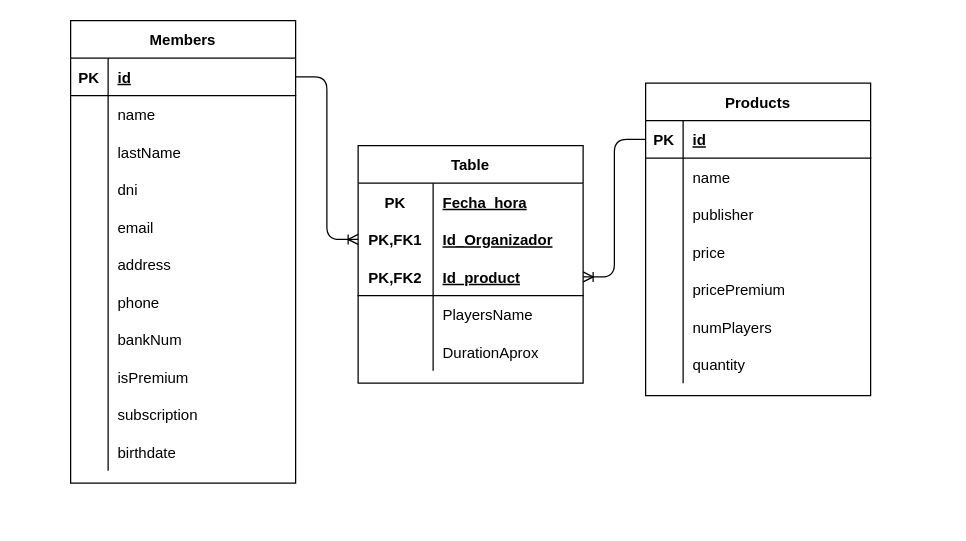
manuelexposito/proyecto_final_1dam_gestion keeps this draw.io diagram as Design_BD_MesasRoleras.drawio. Above is the earlier version. Source tidied: cells renumbered, new cells numbered last; positions are measured from the earlier drawing's top-left corner, leaving out a move shared by most shapes. Both pictures are drawn from the tidied source at 125%, with x=0, y=0 at pixel (70, 20).
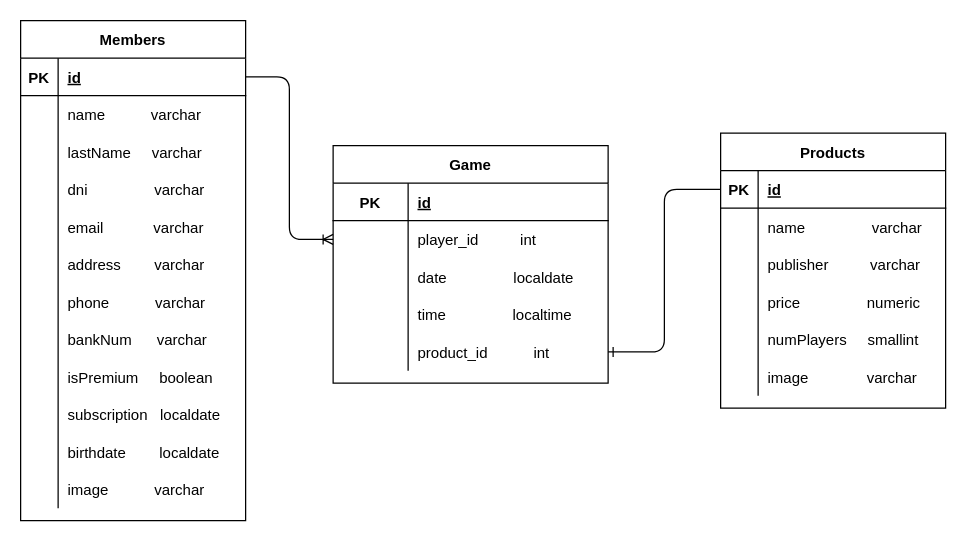
Above is the later version.

The change refers to these unchanged cells:
```xml
<mxCell id="3" style="shape=partialRectangle;fillColor=none;top=0;left=0;bottom=1;right=0;points=[[0,0.5],[1,0.5]];portConstraint=eastwest;" parent="2" vertex="1">
  <mxGeometry y="30" width="180" height="30" as="geometry" />
</mxCell>
<mxCell id="6" style="shape=partialRectangle;fillColor=none;top=0;left=0;bottom=0;right=0;" parent="2" vertex="1">
  <mxGeometry y="60" width="180" height="30" as="geometry" />
</mxCell>
<mxCell id="9" style="shape=partialRectangle;fillColor=none;top=0;left=0;bottom=0;right=0;" parent="2" vertex="1">
  <mxGeometry y="90" width="180" height="30" as="geometry" />
</mxCell>
<mxCell id="12" style="shape=partialRectangle;fillColor=none;top=0;left=0;bottom=0;right=0;" parent="2" vertex="1">
  <mxGeometry y="120" width="180" height="30" as="geometry" />
</mxCell>
<mxCell id="15" style="shape=partialRectangle;fillColor=none;top=0;left=0;bottom=0;right=0;" parent="2" vertex="1">
  <mxGeometry y="150" width="180" height="30" as="geometry" />
</mxCell>
<mxCell id="18" style="shape=partialRectangle;fillColor=none;top=0;left=0;bottom=0;right=0;" parent="2" vertex="1">
  <mxGeometry y="180" width="180" height="30" as="geometry" />
</mxCell>
<mxCell id="21" style="shape=partialRectangle;fillColor=none;top=0;left=0;bottom=0;right=0;" parent="2" vertex="1">
  <mxGeometry y="210" width="180" height="30" as="geometry" />
</mxCell>
<mxCell id="24" style="shape=partialRectangle;fillColor=none;top=0;left=0;bottom=0;right=0;" parent="2" vertex="1">
  <mxGeometry y="240" width="180" height="30" as="geometry" />
</mxCell>
<mxCell id="27" style="shape=partialRectangle;fillColor=none;top=0;left=0;bottom=0;right=0;" parent="2" vertex="1">
  <mxGeometry y="270" width="180" height="30" as="geometry" />
</mxCell>
<mxCell id="30" style="shape=partialRectangle;fillColor=none;top=0;left=0;bottom=0;right=0;" parent="2" vertex="1">
  <mxGeometry y="300" width="180" height="30" as="geometry" />
</mxCell>
<mxCell id="33" style="shape=partialRectangle;fillColor=none;top=0;left=0;bottom=0;right=0;" parent="2" vertex="1">
  <mxGeometry y="330" width="180" height="30" as="geometry" />
</mxCell>
<mxCell id="37" style="shape=partialRectangle;fillColor=none;top=0;left=0;bottom=1;right=0;points=[[0,0.5],[1,0.5]];portConstraint=eastwest;" parent="36" vertex="1">
  <mxGeometry y="30" width="180" height="30" as="geometry" />
</mxCell>
<mxCell id="40" style="shape=partialRectangle;fillColor=none;top=0;left=0;bottom=0;right=0;" parent="36" vertex="1">
  <mxGeometry y="60" width="180" height="30" as="geometry" />
</mxCell>
<mxCell id="43" style="shape=partialRectangle;fillColor=none;top=0;left=0;bottom=0;right=0;" parent="36" vertex="1">
  <mxGeometry y="90" width="180" height="30" as="geometry" />
</mxCell>
<mxCell id="46" style="shape=partialRectangle;fillColor=none;top=0;left=0;bottom=0;right=0;" parent="36" vertex="1">
  <mxGeometry y="120" width="180" height="30" as="geometry" />
</mxCell>
<mxCell id="49" style="shape=partialRectangle;fillColor=none;top=0;left=0;bottom=0;right=0;" parent="36" vertex="1">
  <mxGeometry y="150" width="180" height="30" as="geometry" />
</mxCell>
<mxCell id="52" style="shape=partialRectangle;fillColor=none;top=0;left=0;bottom=0;right=0;" parent="36" vertex="1">
  <mxGeometry y="180" width="180" height="30" as="geometry" />
</mxCell>
```

Diff of the diagram source:
```diff
@@
     <mxCell id="2" value="Members" style="shape=table;startSize=30;childLayout=tableLayout;rowLines=0;fontStyle=1;align=center;" parent="1" vertex="1">
-      <mxGeometry width="180" height="370" as="geometry" />
+      <mxGeometry x="-40" width="180" height="400" as="geometry" />
     </mxCell>
@@
-    <mxCell id="8" value="name" style="shape=partialRectangle;fillColor=none;top=0;left=0;bottom=0;right=0;align=left;spacingLeft=6;overflow=hidden;" parent="6" vertex="1">
+    <mxCell id="8" value="name           varchar" style="shape=partialRectangle;fillColor=none;top=0;left=0;bottom=0;right=0;align=left;spacingLeft=6;overflow=hidden;" parent="6" vertex="1">
       <mxGeometry x="30" width="150" height="30" as="geometry" />
     </mxCell>
@@
-    <mxCell id="11" value="lastName" style="shape=partialRectangle;fillColor=none;top=0;left=0;bottom=0;right=0;align=left;spacingLeft=6;overflow=hidden;" parent="9" vertex="1">
+    <mxCell id="11" value="lastName     varchar" style="shape=partialRectangle;fillColor=none;top=0;left=0;bottom=0;right=0;align=left;spacingLeft=6;overflow=hidden;" parent="9" vertex="1">
       <mxGeometry x="30" width="150" height="30" as="geometry" />
     </mxCell>
@@
-    <mxCell id="14" value="dni" style="shape=partialRectangle;fillColor=none;top=0;left=0;bottom=0;right=0;align=left;spacingLeft=6;overflow=hidden;" parent="12" vertex="1">
+    <mxCell id="14" value="dni                varchar" style="shape=partialRectangle;fillColor=none;top=0;left=0;bottom=0;right=0;align=left;spacingLeft=6;overflow=hidden;" parent="12" vertex="1">
       <mxGeometry x="30" width="150" height="30" as="geometry" />
     </mxCell>
@@
-    <mxCell id="17" value="email" style="shape=partialRectangle;fillColor=none;top=0;left=0;bottom=0;right=0;align=left;spacingLeft=6;overflow=hidden;" parent="15" vertex="1">
+    <mxCell id="17" value="email            varchar" style="shape=partialRectangle;fillColor=none;top=0;left=0;bottom=0;right=0;align=left;spacingLeft=6;overflow=hidden;" parent="15" vertex="1">
       <mxGeometry x="30" width="150" height="30" as="geometry" />
     </mxCell>
@@
-    <mxCell id="20" value="address" style="shape=partialRectangle;fillColor=none;top=0;left=0;bottom=0;right=0;align=left;spacingLeft=6;overflow=hidden;" parent="18" vertex="1">
+    <mxCell id="20" value="address        varchar" style="shape=partialRectangle;fillColor=none;top=0;left=0;bottom=0;right=0;align=left;spacingLeft=6;overflow=hidden;" parent="18" vertex="1">
       <mxGeometry x="30" width="150" height="30" as="geometry" />
     </mxCell>
@@
-    <mxCell id="23" value="phone" style="shape=partialRectangle;fillColor=none;top=0;left=0;bottom=0;right=0;align=left;spacingLeft=6;overflow=hidden;" parent="21" vertex="1">
+    <mxCell id="23" value="phone           varchar" style="shape=partialRectangle;fillColor=none;top=0;left=0;bottom=0;right=0;align=left;spacingLeft=6;overflow=hidden;" parent="21" vertex="1">
       <mxGeometry x="30" width="150" height="30" as="geometry" />
     </mxCell>
@@
-    <mxCell id="26" value="bankNum" style="shape=partialRectangle;fillColor=none;top=0;left=0;bottom=0;right=0;align=left;spacingLeft=6;overflow=hidden;" parent="24" vertex="1">
+    <mxCell id="26" value="bankNum      varchar" style="shape=partialRectangle;fillColor=none;top=0;left=0;bottom=0;right=0;align=left;spacingLeft=6;overflow=hidden;" parent="24" vertex="1">
       <mxGeometry x="30" width="150" height="30" as="geometry" />
     </mxCell>
@@
-    <mxCell id="29" value="isPremium" style="shape=partialRectangle;fillColor=none;top=0;left=0;bottom=0;right=0;align=left;spacingLeft=6;overflow=hidden;" parent="27" vertex="1">
+    <mxCell id="29" value="isPremium     boolean" style="shape=partialRectangle;fillColor=none;top=0;left=0;bottom=0;right=0;align=left;spacingLeft=6;overflow=hidden;" parent="27" vertex="1">
       <mxGeometry x="30" width="150" height="30" as="geometry" />
     </mxCell>
@@
-    <mxCell id="32" value="subscription" style="shape=partialRectangle;fillColor=none;top=0;left=0;bottom=0;right=0;align=left;spacingLeft=6;overflow=hidden;" parent="30" vertex="1">
+    <mxCell id="32" value="subscription   localdate" style="shape=partialRectangle;fillColor=none;top=0;left=0;bottom=0;right=0;align=left;spacingLeft=6;overflow=hidden;" parent="30" vertex="1">
       <mxGeometry x="30" width="150" height="30" as="geometry" />
     </mxCell>
@@
-    <mxCell id="35" value="birthdate" style="shape=partialRectangle;fillColor=none;top=0;left=0;bottom=0;right=0;align=left;spacingLeft=6;overflow=hidden;" parent="33" vertex="1">
+    <mxCell id="35" value="birthdate        localdate" style="shape=partialRectangle;fillColor=none;top=0;left=0;bottom=0;right=0;align=left;spacingLeft=6;overflow=hidden;" parent="33" vertex="1">
       <mxGeometry x="30" width="150" height="30" as="geometry" />
     </mxCell>
+    <mxCell id="76" style="shape=partialRectangle;fillColor=none;top=0;left=0;bottom=0;right=0;" parent="2" vertex="1">
+      <mxGeometry y="360" width="180" height="30" as="geometry" />
+    </mxCell>
+    <mxCell id="77" style="shape=partialRectangle;fillColor=none;top=0;left=0;bottom=0;right=0;overflow=hidden;" parent="76" vertex="1">
+      <mxGeometry width="30" height="30" as="geometry" />
+    </mxCell>
+    <mxCell id="78" value="image           varchar" style="shape=partialRectangle;fillColor=none;top=0;left=0;bottom=0;right=0;align=left;spacingLeft=6;overflow=hidden;" parent="76" vertex="1">
+      <mxGeometry x="30" width="150" height="30" as="geometry" />
+    </mxCell>
     <mxCell id="36" value="Products" style="shape=table;startSize=30;childLayout=tableLayout;rowLines=0;fontStyle=1;align=center;" parent="1" vertex="1">
-      <mxGeometry x="460" y="50" width="180" height="250" as="geometry" />
+      <mxGeometry x="520" y="90" width="180" height="220" as="geometry" />
     </mxCell>
@@
-    <mxCell id="42" value="name" style="shape=partialRectangle;fillColor=none;top=0;left=0;bottom=0;right=0;align=left;spacingLeft=6;overflow=hidden;" parent="40" vertex="1">
+    <mxCell id="42" value="name                varchar" style="shape=partialRectangle;fillColor=none;top=0;left=0;bottom=0;right=0;align=left;spacingLeft=6;overflow=hidden;" parent="40" vertex="1">
       <mxGeometry x="30" width="150" height="30" as="geometry" />
     </mxCell>
@@
-    <mxCell id="45" value="publisher" style="shape=partialRectangle;fillColor=none;top=0;left=0;bottom=0;right=0;align=left;spacingLeft=6;overflow=hidden;" parent="43" vertex="1">
+    <mxCell id="45" value="publisher          varchar" style="shape=partialRectangle;fillColor=none;top=0;left=0;bottom=0;right=0;align=left;spacingLeft=6;overflow=hidden;" parent="43" vertex="1">
       <mxGeometry x="30" width="150" height="30" as="geometry" />
     </mxCell>
@@
-    <mxCell id="48" value="price" style="shape=partialRectangle;fillColor=none;top=0;left=0;bottom=0;right=0;align=left;spacingLeft=6;overflow=hidden;" parent="46" vertex="1">
+    <mxCell id="48" value="price                numeric" style="shape=partialRectangle;fillColor=none;top=0;left=0;bottom=0;right=0;align=left;spacingLeft=6;overflow=hidden;" parent="46" vertex="1">
       <mxGeometry x="30" width="150" height="30" as="geometry" />
     </mxCell>
@@
-    <mxCell id="51" value="pricePremium" style="shape=partialRectangle;fillColor=none;top=0;left=0;bottom=0;right=0;align=left;spacingLeft=6;overflow=hidden;" parent="49" vertex="1">
+    <mxCell id="51" value="numPlayers     smallint" style="shape=partialRectangle;fillColor=none;top=0;left=0;bottom=0;right=0;align=left;spacingLeft=6;overflow=hidden;" parent="49" vertex="1">
       <mxGeometry x="30" width="150" height="30" as="geometry" />
     </mxCell>
@@
-    <mxCell id="53" style="shape=partialRectangle;fillColor=none;top=0;left=0;bottom=0;right=0;overflow=hidden;" parent="52" vertex="1">
-      <mxGeometry width="30" height="30" as="geometry" />
-    </mxCell>
-    <mxCell id="54" value="numPlayers" style="shape=partialRectangle;fillColor=none;top=0;left=0;bottom=0;right=0;align=left;spacingLeft=6;overflow=hidden;" parent="52" vertex="1">
-      <mxGeometry x="30" width="150" height="30" as="geometry" />
-    </mxCell>
-    <mxCell id="55" style="shape=partialRectangle;fillColor=none;top=0;left=0;bottom=0;right=0;" parent="36" vertex="1">
-      <mxGeometry y="210" width="180" height="30" as="geometry" />
-    </mxCell>
-    <mxCell id="56" style="shape=partialRectangle;fillColor=none;top=0;left=0;bottom=0;right=0;overflow=hidden;" parent="55" vertex="1">
-      <mxGeometry width="30" height="30" as="geometry" />
-    </mxCell>
-    <mxCell id="57" value="quantity" style="shape=partialRectangle;fillColor=none;top=0;left=0;bottom=0;right=0;align=left;spacingLeft=6;overflow=hidden;" parent="55" vertex="1">
-      <mxGeometry x="30" width="150" height="30" as="geometry" />
-    </mxCell>
+    <mxCell id="79" style="shape=partialRectangle;fillColor=none;top=0;left=0;bottom=0;right=0;overflow=hidden;" parent="52" vertex="1">
+      <mxGeometry width="30" height="30" as="geometry" />
+    </mxCell>
+    <mxCell id="80" value="image              varchar" style="shape=partialRectangle;fillColor=none;top=0;left=0;bottom=0;right=0;align=left;spacingLeft=6;overflow=hidden;" parent="52" vertex="1">
+      <mxGeometry x="30" width="150" height="30" as="geometry" />
+    </mxCell>
-    <mxCell id="58" value="Table" style="shape=table;startSize=30;childLayout=tableLayout;rowLines=0;fontStyle=1;align=center;" parent="1" vertex="1">
-      <mxGeometry x="230" y="100" width="180" height="190" as="geometry" />
+    <mxCell id="58" value="Game" style="shape=table;startSize=30;childLayout=tableLayout;rowLines=0;fontStyle=1;align=center;" parent="1" vertex="1">
+      <mxGeometry x="210" y="100" width="220" height="190" as="geometry" />
     </mxCell>
-    <mxCell id="59" style="shape=partialRectangle;fillColor=none;top=0;left=0;bottom=0;right=0;" parent="58" vertex="1">
-      <mxGeometry y="30" width="180" height="30" as="geometry" />
-    </mxCell>
-    <mxCell id="60" value="PK" style="shape=partialRectangle;fillColor=none;top=0;left=0;bottom=0;right=0;fontStyle=1;overflow=hidden;" parent="59" vertex="1">
-      <mxGeometry width="60" height="30" as="geometry" />
-    </mxCell>
-    <mxCell id="61" value="Fecha_hora" style="shape=partialRectangle;fillColor=none;top=0;left=0;bottom=0;right=0;align=left;spacingLeft=6;fontStyle=5;overflow=hidden;" parent="59" vertex="1">
-      <mxGeometry x="60" width="120" height="30" as="geometry" />
-    </mxCell>
-    <mxCell id="62" style="shape=partialRectangle;fillColor=none;top=0;left=0;bottom=0;right=0;points=[[0,0.5],[1,0.5]];portConstraint=eastwest;" parent="58" vertex="1">
-      <mxGeometry y="60" width="180" height="30" as="geometry" />
-    </mxCell>
-    <mxCell id="63" value="PK,FK1" style="shape=partialRectangle;fillColor=none;top=0;left=0;bottom=0;right=0;fontStyle=1;overflow=hidden;" parent="62" vertex="1">
-      <mxGeometry width="60" height="30" as="geometry" />
-    </mxCell>
-    <mxCell id="64" value="Id_Organizador" style="shape=partialRectangle;fillColor=none;top=0;left=0;bottom=0;right=0;align=left;spacingLeft=6;fontStyle=5;overflow=hidden;" parent="62" vertex="1">
-      <mxGeometry x="60" width="120" height="30" as="geometry" />
-    </mxCell>
     <mxCell id="65" style="shape=partialRectangle;fillColor=none;top=0;left=0;bottom=1;right=0;points=[[0,0.5],[1,0.5]];portConstraint=eastwest;" parent="58" vertex="1">
-      <mxGeometry y="90" width="180" height="30" as="geometry" />
+      <mxGeometry y="30" width="220" height="30" as="geometry" />
     </mxCell>
-    <mxCell id="66" value="PK,FK2" style="shape=partialRectangle;fillColor=none;top=0;left=0;bottom=0;right=0;fontStyle=1;overflow=hidden;" parent="65" vertex="1">
+    <mxCell id="66" value="PK" style="shape=partialRectangle;fillColor=none;top=0;left=0;bottom=0;right=0;fontStyle=1;overflow=hidden;" parent="65" vertex="1">
       <mxGeometry width="60" height="30" as="geometry" />
     </mxCell>
-    <mxCell id="67" value="Id_product" style="shape=partialRectangle;fillColor=none;top=0;left=0;bottom=0;right=0;align=left;spacingLeft=6;fontStyle=5;overflow=hidden;" parent="65" vertex="1">
-      <mxGeometry x="60" width="120" height="30" as="geometry" />
+    <mxCell id="67" value="id" style="shape=partialRectangle;fillColor=none;top=0;left=0;bottom=0;right=0;align=left;spacingLeft=6;fontStyle=5;overflow=hidden;" parent="65" vertex="1">
+      <mxGeometry x="60" width="160" height="30" as="geometry" />
     </mxCell>
     <mxCell id="68" style="shape=partialRectangle;fillColor=none;top=0;left=0;bottom=0;right=0;points=[[0,0.5],[1,0.5]];portConstraint=eastwest;" parent="58" vertex="1">
-      <mxGeometry y="120" width="180" height="30" as="geometry" />
+      <mxGeometry y="60" width="220" height="30" as="geometry" />
     </mxCell>
@@
-    <mxCell id="70" value="PlayersName" style="shape=partialRectangle;fillColor=none;top=0;left=0;bottom=0;right=0;align=left;spacingLeft=6;overflow=hidden;" parent="68" vertex="1">
-      <mxGeometry x="60" width="120" height="30" as="geometry" />
+    <mxCell id="70" value="player_id          int" style="shape=partialRectangle;fillColor=none;top=0;left=0;bottom=0;right=0;align=left;spacingLeft=6;overflow=hidden;" parent="68" vertex="1">
+      <mxGeometry x="60" width="160" height="30" as="geometry" />
     </mxCell>
     <mxCell id="71" style="shape=partialRectangle;fillColor=none;top=0;left=0;bottom=0;right=0;" parent="58" vertex="1">
-      <mxGeometry y="150" width="180" height="30" as="geometry" />
+      <mxGeometry y="90" width="220" height="30" as="geometry" />
     </mxCell>
@@
-    <mxCell id="73" value="DurationAprox" style="shape=partialRectangle;fillColor=none;top=0;left=0;bottom=0;right=0;align=left;spacingLeft=6;overflow=hidden;" parent="71" vertex="1">
-      <mxGeometry x="60" width="120" height="30" as="geometry" />
+    <mxCell id="73" value="date                localdate" style="shape=partialRectangle;fillColor=none;top=0;left=0;bottom=0;right=0;align=left;spacingLeft=6;overflow=hidden;" parent="71" vertex="1">
+      <mxGeometry x="60" width="160" height="30" as="geometry" />
     </mxCell>
-    <mxCell id="74" style="edgeStyle=orthogonalEdgeStyle;rounded=1;jettySize=auto;html=1;exitX=0;exitY=0.5;exitDx=0;exitDy=0;entryX=1;entryY=0.5;entryDx=0;entryDy=0;endArrow=ERoneToMany;endFill=0;" parent="1" edge="1" source="37" target="65">
-      <mxGeometry relative="1" as="geometry" />
-    </mxCell>
-    <mxCell id="75" style="edgeStyle=orthogonalEdgeStyle;rounded=1;jettySize=auto;html=1;exitX=1;exitY=0.5;exitDx=0;exitDy=0;entryX=0;entryY=0.5;entryDx=0;entryDy=0;endArrow=ERoneToMany;endFill=0;strokeColor=#000000;" parent="1" edge="1" source="3" target="62">
-      <mxGeometry relative="1" as="geometry" />
-    </mxCell>
+    <mxCell id="81" style="shape=partialRectangle;fillColor=none;top=0;left=0;bottom=0;right=0;" parent="58" vertex="1">
+      <mxGeometry y="120" width="220" height="30" as="geometry" />
+    </mxCell>
+    <mxCell id="82" style="shape=partialRectangle;fillColor=none;top=0;left=0;bottom=0;right=0;overflow=hidden;" parent="81" vertex="1">
+      <mxGeometry width="60" height="30" as="geometry" />
+    </mxCell>
+    <mxCell id="83" value="time                localtime" style="shape=partialRectangle;fillColor=none;top=0;left=0;bottom=0;right=0;align=left;spacingLeft=6;overflow=hidden;" parent="81" vertex="1">
+      <mxGeometry x="60" width="160" height="30" as="geometry" />
+    </mxCell>
+    <mxCell id="84" style="shape=partialRectangle;fillColor=none;top=0;left=0;bottom=0;right=0;points=[[0,0.5],[1,0.5]];portConstraint=eastwest;" parent="58" vertex="1">
+      <mxGeometry y="150" width="220" height="30" as="geometry" />
+    </mxCell>
+    <mxCell id="85" style="shape=partialRectangle;fillColor=none;top=0;left=0;bottom=0;right=0;overflow=hidden;" parent="84" vertex="1">
+      <mxGeometry width="60" height="30" as="geometry" />
+    </mxCell>
+    <mxCell id="86" value="product_id           int" style="shape=partialRectangle;fillColor=none;top=0;left=0;bottom=0;right=0;align=left;spacingLeft=6;overflow=hidden;" parent="84" vertex="1">
+      <mxGeometry x="60" width="160" height="30" as="geometry" />
+    </mxCell>
+    <mxCell id="87" style="edgeStyle=orthogonalEdgeStyle;rounded=1;jettySize=auto;html=1;exitX=0;exitY=0.5;exitDx=0;exitDy=0;entryX=1;entryY=0.5;entryDx=0;entryDy=0;endArrow=ERone;endFill=0;" parent="1" edge="1" source="37" target="84">
+      <mxGeometry relative="1" as="geometry" />
+    </mxCell>
+    <mxCell id="88" style="edgeStyle=orthogonalEdgeStyle;rounded=1;jettySize=auto;html=1;exitX=1;exitY=0.5;exitDx=0;exitDy=0;entryX=0;entryY=0.5;entryDx=0;entryDy=0;endArrow=ERoneToMany;endFill=0;" parent="1" edge="1" source="3" target="68">
+      <mxGeometry relative="1" as="geometry" />
+    </mxCell>
```
